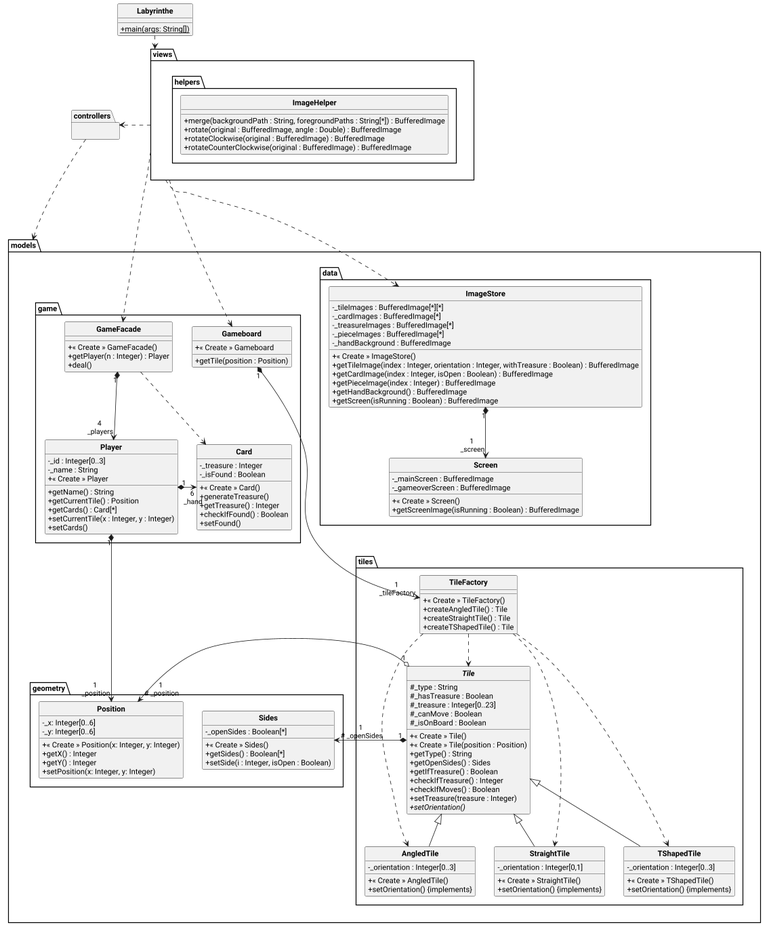
ElenaFri/labyrinthe keeps this PlantUML diagram as uml/Labyrinthe.png. Above is the earlier version.
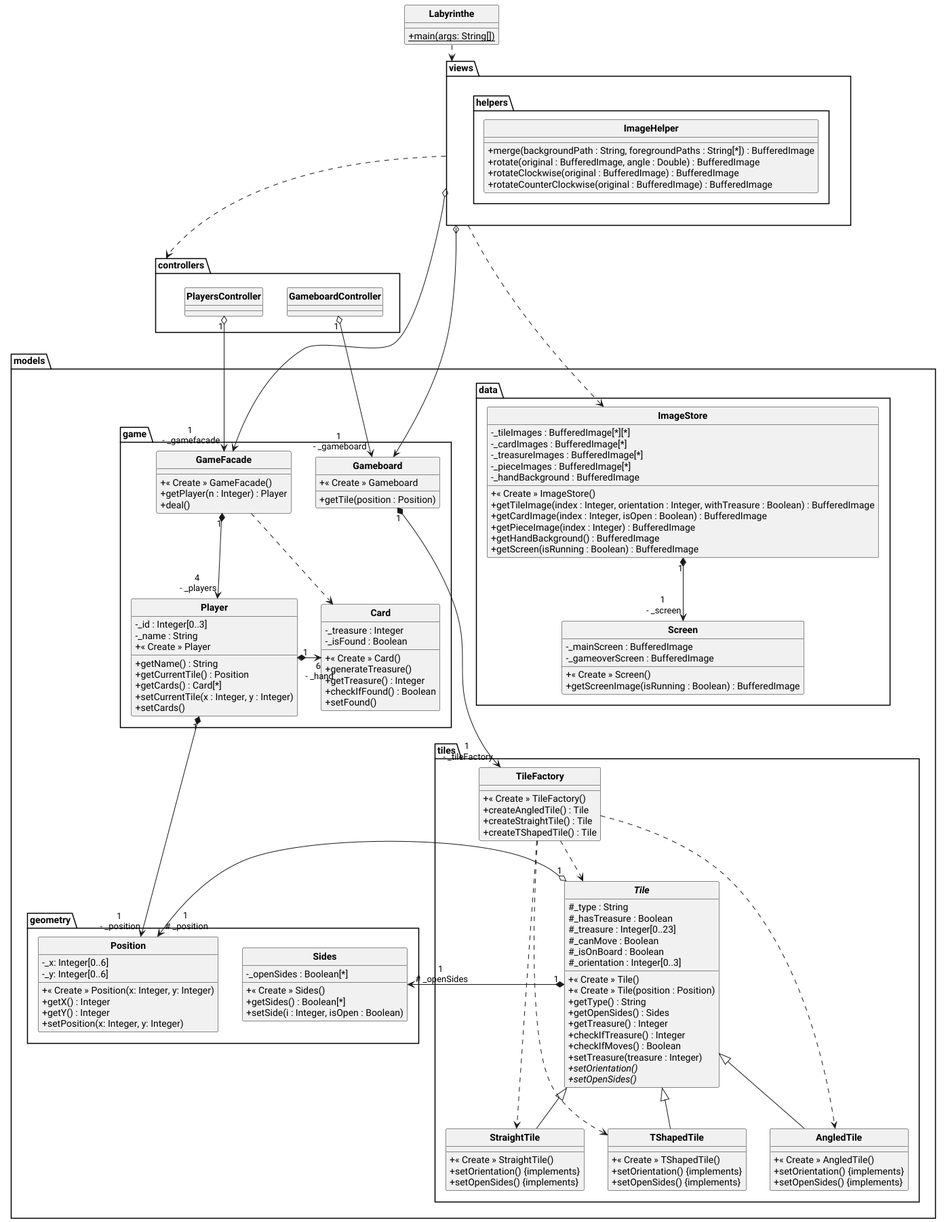
The same diagram one commit later.

Commit message:
petite màj UML

The edit, as a diff of the source:
```diff
@@ -24,7 +24,9 @@
 
 package controllers
 {
+    class PlayersController {}
 
+    class GameboardController {}
 }
 
 package models
@@ -43,30 +45,32 @@
 			# _treasure : Integer[0..23]
 			# _canMove : Boolean
 			# _isOnBoard : Boolean
+			# _orientation : Integer[0..3]
 			+ « Create » Tile()
 			+ « Create » Tile(position : Position)
 			+ getType() : String
 			+ getOpenSides() : Sides
-			+ getIfTreasure() : Boolean
+			+ getTreasure() : Integer
 			+ checkIfTreasure() : Integer
 			+ checkIfMoves() : Boolean
 			+ setTreasure(treasure : Integer)
 			+ {abstract} setOrientation()
+			+ {abstract} setOpenSides()
 		}
 		class AngledTile extends Tile {
-			- _orientation : Integer[0..3]
 			+ « Create » AngledTile()
 			+ setOrientation() {implements}
+			+ setOpenSides() {implements}
 		}
 		class StraightTile extends Tile {
-			- _orientation : Integer[0,1]
 			+ « Create » StraightTile()
 			+ setOrientation() {implements}
+			+ setOpenSides() {implements}
 		}
 		class TShapedTile extends Tile {
-			- _orientation : Integer[0..3]
 			+ « Create » TShapedTile()
 			+ setOrientation() {implements}
+			+ setOpenSides() {implements}
 		}
 	}
 
@@ -149,17 +153,18 @@
 
 Labyrinthe ..> views
 views ....> ImageStore
-views ....> GameFacade
-views ....> Gameboard
+views o--> GameFacade
+views o--> Gameboard
 views .> controllers
-controllers ..> models
+PlayersController "1" o--> "1\n - _gamefacade" GameFacade
+GameboardController "1" o--> "1\n - _gameboard" Gameboard
 
-Gameboard "1" *---> "1\n _tileFactory" TileFactory
-Player "1" *-> "6\n _hand" Card
-Player "1" *--> "1\n _position" Position
-GameFacade "1" *--> "4\n _players" Player
+Gameboard "1" *---> "1\n - _tileFactory" TileFactory
+Player "1" *-> "6\n - _hand" Card
+Player "1" *--> "1\n - _position" Position
+GameFacade "1" *--> "4\n - _players" Player
 GameFacade ..> Card
-ImageStore "1" *--> "1\n _screen" Screen
+ImageStore "1" *--> "1\n - _screen" Screen
 Tile "1" o-> "1\n # _position" Position
 Tile "1" *-> "1\n # _openSides" Sides
 TileFactory ..> AngledTile
```
